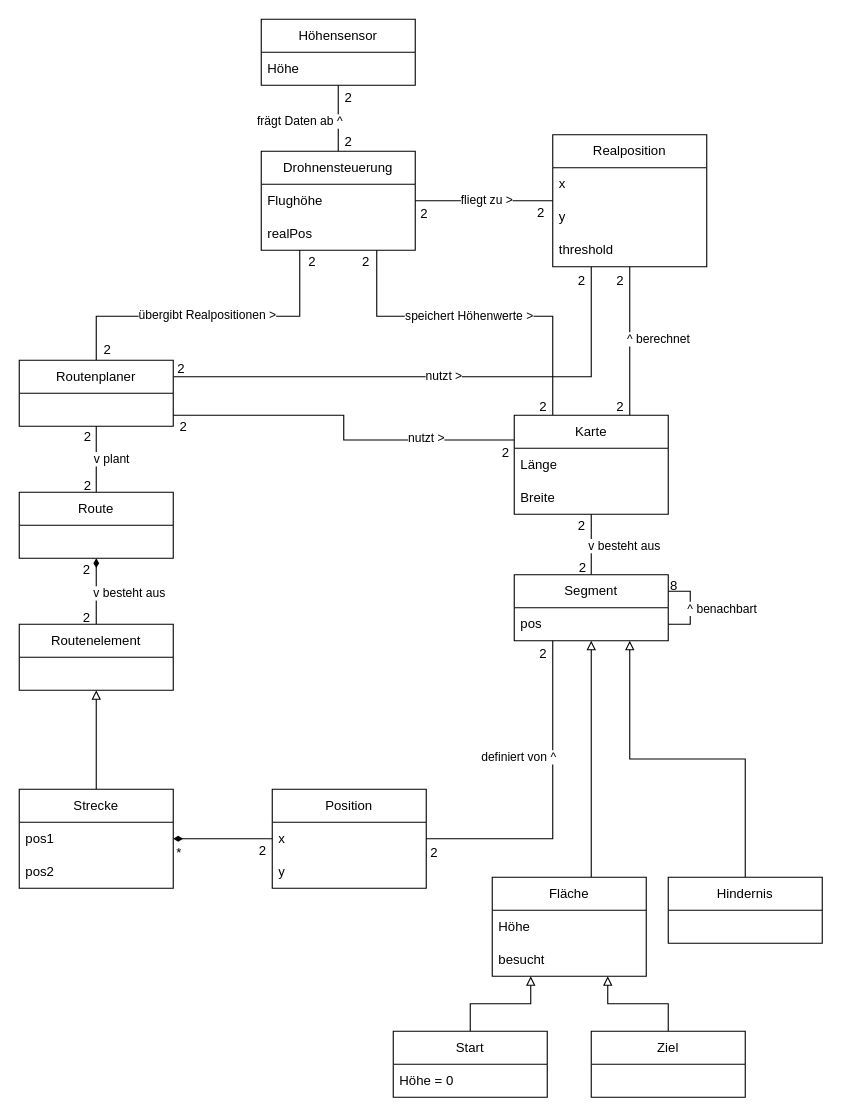
This is page "Domänenmodell" (1 of 2) of doc/Domänenmodell.drawio from frankbits/Flugrobotik_WS202425, a draw.io file, before an edit. Source tidied: cells renumbered, new cells numbered last; positions are measured from the earlier drawing's top-left corner, leaving out a move shared by most shapes. Both pictures are drawn from the tidied source at 110%, with x=0, y=0 at pixel (19, 19).
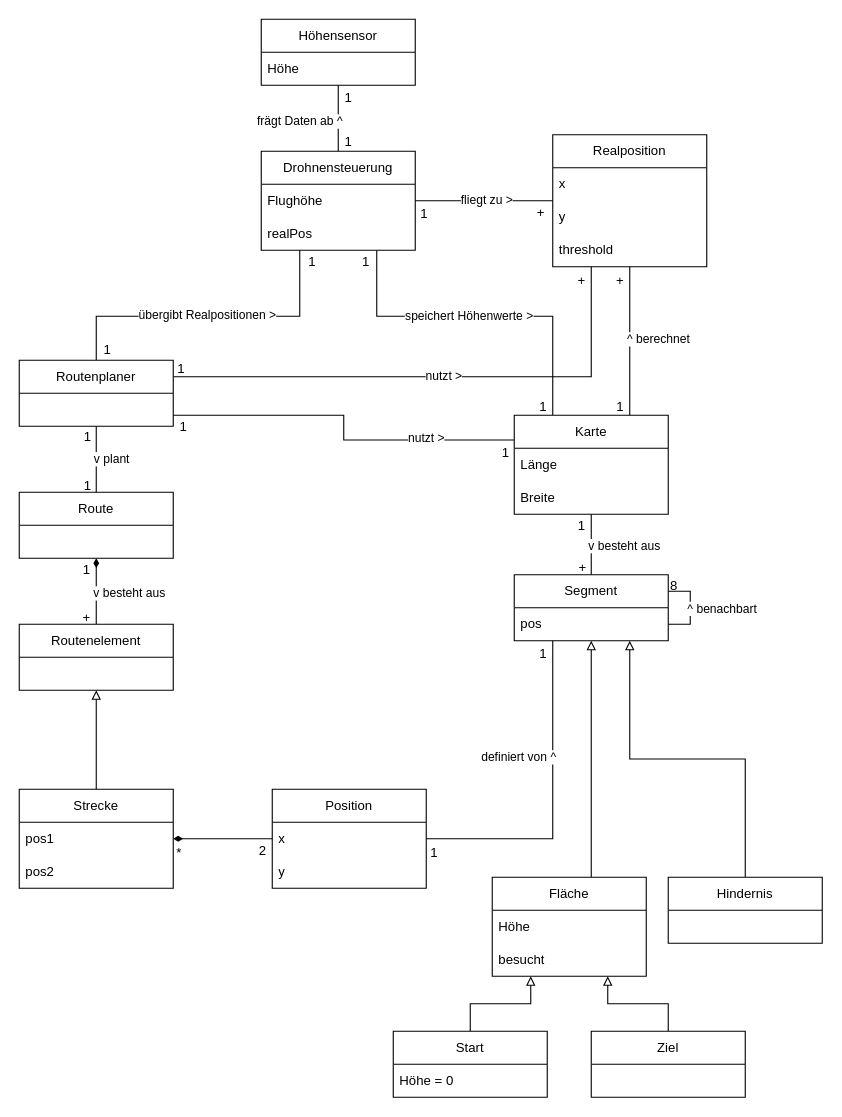
After the change.

What changed in the source:
```diff
@@
-    <mxCell id="65" value="2" style="text;html=1;align=center;verticalAlign=middle;strokeColor=none;fillColor=none;" parent="1" vertex="1">
+    <mxCell id="65" value="1" style="text;html=1;align=center;verticalAlign=middle;strokeColor=none;fillColor=none;" parent="1" vertex="1">
       <mxGeometry x="362" y="743" width="30" height="30" as="geometry" />
     </mxCell>
-    <mxCell id="66" value="2" style="text;html=1;align=center;verticalAlign=middle;strokeColor=none;fillColor=none;" parent="1" vertex="1">
+    <mxCell id="66" value="1" style="text;html=1;align=center;verticalAlign=middle;strokeColor=none;fillColor=none;" parent="1" vertex="1">
       <mxGeometry x="461" y="562" width="30" height="30" as="geometry" />
     </mxCell>
-    <mxCell id="67" value="2" style="text;html=1;align=center;verticalAlign=middle;strokeColor=none;fillColor=none;" parent="1" vertex="1">
+    <mxCell id="67" value="1" style="text;html=1;align=center;verticalAlign=middle;strokeColor=none;fillColor=none;" parent="1" vertex="1">
       <mxGeometry x="46" y="486" width="30" height="30" as="geometry" />
     </mxCell>
-    <mxCell id="68" value="2" style="text;html=1;align=center;verticalAlign=middle;strokeColor=none;fillColor=none;" parent="1" vertex="1">
+    <mxCell id="68" value="+" style="text;html=1;align=center;verticalAlign=middle;strokeColor=none;fillColor=none;" parent="1" vertex="1">
       <mxGeometry x="46" y="529" width="30" height="30" as="geometry" />
     </mxCell>
-    <mxCell id="69" value="2" style="text;html=1;align=center;verticalAlign=middle;strokeColor=none;fillColor=none;" parent="1" vertex="1">
+    <mxCell id="69" value="1" style="text;html=1;align=center;verticalAlign=middle;strokeColor=none;fillColor=none;" parent="1" vertex="1">
       <mxGeometry x="47" y="409" width="30" height="30" as="geometry" />
     </mxCell>
-    <mxCell id="70" value="2" style="text;html=1;align=center;verticalAlign=middle;strokeColor=none;fillColor=none;" parent="1" vertex="1">
+    <mxCell id="70" value="1" style="text;html=1;align=center;verticalAlign=middle;strokeColor=none;fillColor=none;" parent="1" vertex="1">
       <mxGeometry x="47" y="365" width="30" height="30" as="geometry" />
     </mxCell>
-    <mxCell id="71" value="2" style="text;html=1;align=center;verticalAlign=middle;strokeColor=none;fillColor=none;" parent="1" vertex="1">
+    <mxCell id="71" value="+" style="text;html=1;align=center;verticalAlign=middle;strokeColor=none;fillColor=none;" parent="1" vertex="1">
       <mxGeometry x="497" y="484" width="30" height="30" as="geometry" />
     </mxCell>
-    <mxCell id="72" value="2" style="text;html=1;align=center;verticalAlign=middle;strokeColor=none;fillColor=none;" parent="1" vertex="1">
+    <mxCell id="72" value="1" style="text;html=1;align=center;verticalAlign=middle;strokeColor=none;fillColor=none;" parent="1" vertex="1">
       <mxGeometry x="496" y="446" width="30" height="30" as="geometry" />
     </mxCell>
-    <mxCell id="73" value="2" style="text;html=1;align=center;verticalAlign=middle;strokeColor=none;fillColor=none;" parent="1" vertex="1">
+    <mxCell id="73" value="1" style="text;html=1;align=center;verticalAlign=middle;strokeColor=none;fillColor=none;" parent="1" vertex="1">
       <mxGeometry x="531" y="338" width="30" height="30" as="geometry" />
     </mxCell>
-    <mxCell id="74" value="2" style="text;html=1;align=center;verticalAlign=middle;strokeColor=none;fillColor=none;" parent="1" vertex="1">
+    <mxCell id="74" value="+" style="text;html=1;align=center;verticalAlign=middle;strokeColor=none;fillColor=none;" parent="1" vertex="1">
       <mxGeometry x="531" y="223" width="30" height="30" as="geometry" />
     </mxCell>
-    <mxCell id="75" value="2" style="text;html=1;align=center;verticalAlign=middle;strokeColor=none;fillColor=none;" parent="1" vertex="1">
+    <mxCell id="75" value="1" style="text;html=1;align=center;verticalAlign=middle;strokeColor=none;fillColor=none;" parent="1" vertex="1">
       <mxGeometry x="134" y="356" width="30" height="30" as="geometry" />
     </mxCell>
-    <mxCell id="76" value="2" style="text;html=1;align=center;verticalAlign=middle;strokeColor=none;fillColor=none;" parent="1" vertex="1">
+    <mxCell id="76" value="1" style="text;html=1;align=center;verticalAlign=middle;strokeColor=none;fillColor=none;" parent="1" vertex="1">
       <mxGeometry x="427" y="379" width="30" height="30" as="geometry" />
     </mxCell>
-    <mxCell id="77" value="2" style="text;html=1;align=center;verticalAlign=middle;strokeColor=none;fillColor=none;" parent="1" vertex="1">
+    <mxCell id="77" value="1" style="text;html=1;align=center;verticalAlign=middle;strokeColor=none;fillColor=none;" parent="1" vertex="1">
       <mxGeometry x="65" y="286" width="30" height="30" as="geometry" />
     </mxCell>
-    <mxCell id="78" value="2" style="text;html=1;align=center;verticalAlign=middle;strokeColor=none;fillColor=none;" parent="1" vertex="1">
+    <mxCell id="78" value="1" style="text;html=1;align=center;verticalAlign=middle;strokeColor=none;fillColor=none;" parent="1" vertex="1">
       <mxGeometry x="251" y="206" width="30" height="30" as="geometry" />
     </mxCell>
-    <mxCell id="79" value="2" style="text;html=1;align=center;verticalAlign=middle;strokeColor=none;fillColor=none;" parent="1" vertex="1">
+    <mxCell id="79" value="1" style="text;html=1;align=center;verticalAlign=middle;strokeColor=none;fillColor=none;" parent="1" vertex="1">
       <mxGeometry x="300" y="206" width="30" height="30" as="geometry" />
     </mxCell>
-    <mxCell id="80" value="2" style="text;html=1;align=center;verticalAlign=middle;strokeColor=none;fillColor=none;" parent="1" vertex="1">
+    <mxCell id="80" value="1" style="text;html=1;align=center;verticalAlign=middle;strokeColor=none;fillColor=none;" parent="1" vertex="1">
       <mxGeometry x="461" y="338" width="30" height="30" as="geometry" />
     </mxCell>
-    <mxCell id="81" value="2" style="text;html=1;align=center;verticalAlign=middle;strokeColor=none;fillColor=none;" parent="1" vertex="1">
+    <mxCell id="81" value="+" style="text;html=1;align=center;verticalAlign=middle;strokeColor=none;fillColor=none;" parent="1" vertex="1">
       <mxGeometry x="496" y="223" width="30" height="30" as="geometry" />
     </mxCell>
-    <mxCell id="82" value="2" style="text;html=1;align=center;verticalAlign=middle;strokeColor=none;fillColor=none;" parent="1" vertex="1">
+    <mxCell id="82" value="1" style="text;html=1;align=center;verticalAlign=middle;strokeColor=none;fillColor=none;" parent="1" vertex="1">
       <mxGeometry x="284" y="57" width="30" height="30" as="geometry" />
     </mxCell>
-    <mxCell id="83" value="2" style="text;html=1;align=center;verticalAlign=middle;strokeColor=none;fillColor=none;" parent="1" vertex="1">
+    <mxCell id="83" value="1" style="text;html=1;align=center;verticalAlign=middle;strokeColor=none;fillColor=none;" parent="1" vertex="1">
       <mxGeometry x="284" y="97" width="30" height="30" as="geometry" />
     </mxCell>
-    <mxCell id="84" value="2" style="text;html=1;align=center;verticalAlign=middle;strokeColor=none;fillColor=none;" parent="1" vertex="1">
+    <mxCell id="84" value="1" style="text;html=1;align=center;verticalAlign=middle;strokeColor=none;fillColor=none;" parent="1" vertex="1">
       <mxGeometry x="353" y="162" width="30" height="30" as="geometry" />
     </mxCell>
-    <mxCell id="85" value="2" style="text;html=1;align=center;verticalAlign=middle;strokeColor=none;fillColor=none;" parent="1" vertex="1">
+    <mxCell id="85" value="+" style="text;html=1;align=center;verticalAlign=middle;strokeColor=none;fillColor=none;" parent="1" vertex="1">
       <mxGeometry x="459" y="161" width="30" height="30" as="geometry" />
     </mxCell>
-    <mxCell id="86" value="2" style="text;html=1;align=center;verticalAlign=middle;strokeColor=none;fillColor=none;" parent="1" vertex="1">
+    <mxCell id="86" value="1" style="text;html=1;align=center;verticalAlign=middle;strokeColor=none;fillColor=none;" parent="1" vertex="1">
       <mxGeometry x="132" y="303" width="30" height="30" as="geometry" />
     </mxCell>
```
